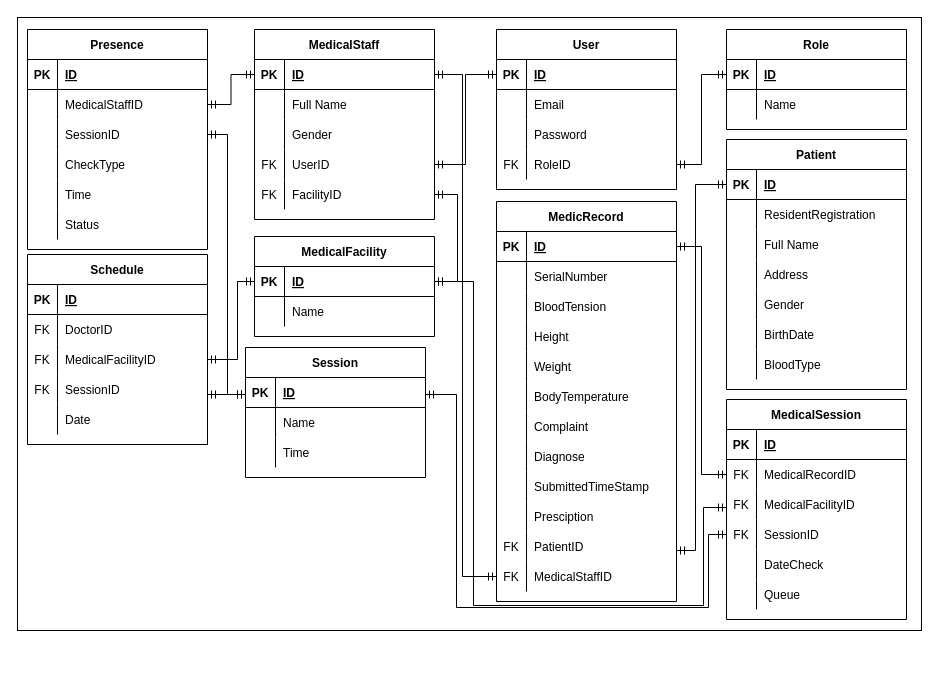
Before: docs/hospital-management-system.drawio in altacapstone36/go-server, a draw.io diagram. Source tidied: cells renumbered, new cells numbered last; positions are measured from the earlier drawing's top-left corner, leaving out a move shared by most shapes. Both pictures are drawn from the tidied source at 100%, with x=0, y=0 at pixel (17, 17).
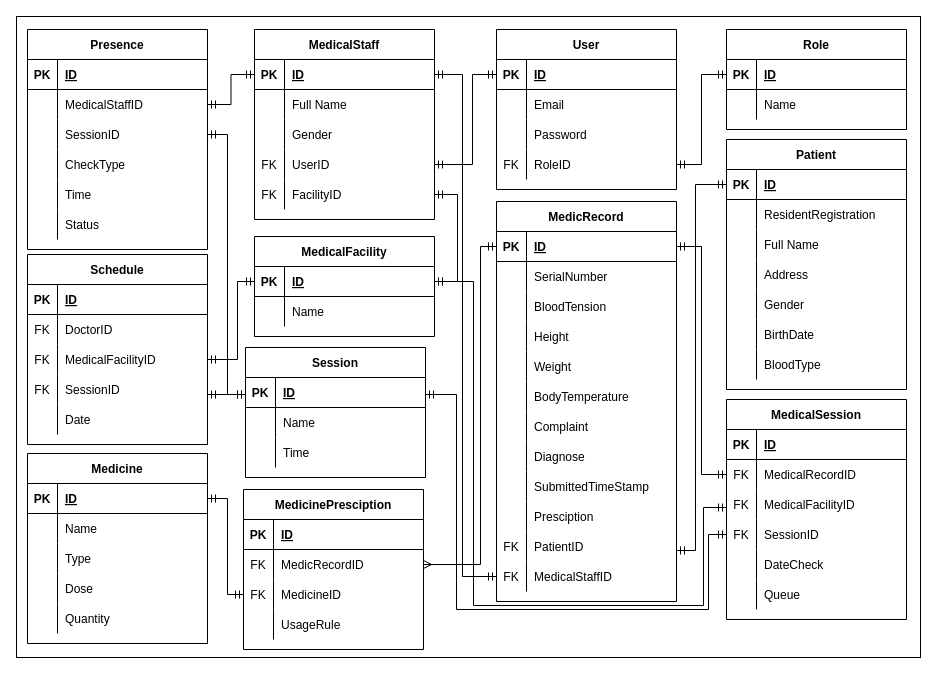
After the change.

Commit message (it also covers changes not shown here):
perbaikan pada ERD, menambahkan tabel medicine. close #3

Unchanged cells that the change refers to:
```xml
<mxCell id="4" style="shape=tableRow;horizontal=0;startSize=0;swimlaneHead=0;swimlaneBody=0;fillColor=none;points=[[0,0.5],[1,0.5]];portConstraint=eastwest;top=0;left=0;right=0;bottom=1;" parent="3" vertex="1">
  <mxGeometry y="30" width="180" height="30" as="geometry" />
</mxCell>
<mxCell id="56" style="shape=tableRow;horizontal=0;startSize=0;swimlaneHead=0;swimlaneBody=0;fillColor=none;points=[[0,0.5],[1,0.5]];portConstraint=eastwest;top=0;left=0;right=0;bottom=0;" parent="46" vertex="1">
  <mxGeometry y="120" width="180" height="30" as="geometry" />
</mxCell>
<mxCell id="63" style="shape=tableRow;horizontal=0;startSize=0;swimlaneHead=0;swimlaneBody=0;fillColor=none;points=[[0,0.5],[1,0.5]];portConstraint=eastwest;top=0;left=0;right=0;bottom=1;" parent="62" vertex="1">
  <mxGeometry y="30" width="180" height="30" as="geometry" />
</mxCell>
<mxCell id="118" style="shape=tableRow;horizontal=0;startSize=0;swimlaneHead=0;swimlaneBody=0;fillColor=none;points=[[0,0.5],[1,0.5]];portConstraint=eastwest;top=0;left=0;right=0;bottom=0;" parent="108" vertex="1">
  <mxGeometry y="120" width="180" height="30" as="geometry" />
</mxCell>
<mxCell id="145" style="shape=tableRow;horizontal=0;startSize=0;swimlaneHead=0;swimlaneBody=0;fillColor=none;points=[[0,0.5],[1,0.5]];portConstraint=eastwest;top=0;left=0;right=0;bottom=1;" parent="144" vertex="1">
  <mxGeometry y="30" width="180" height="30" as="geometry" />
</mxCell>
```

The edit, as a diff of the source:
```diff
@@
-    <mxCell id="2" style="rounded=0;whiteSpace=wrap;html=1;" parent="1" vertex="1">
-      <mxGeometry width="904" height="613" as="geometry" />
-    </mxCell>
+    <mxCell id="181" style="rounded=0;whiteSpace=wrap;html=1;strokeColor=default;" parent="1" vertex="1">
+      <mxGeometry x="-1" y="-1" width="904" height="641" as="geometry" />
+    </mxCell>
@@
     <mxCell id="99" style="edgeStyle=orthogonalEdgeStyle;rounded=0;jettySize=auto;html=1;startArrow=ERmandOne;startFill=0;endArrow=ERmandOne;endFill=0;" parent="1" edge="1" source="56" target="4">
-      <mxGeometry relative="1" as="geometry" />
+      <mxGeometry relative="1" as="geometry">
+        <Array as="points">
+          <mxPoint x="455" y="147" />
+          <mxPoint x="455" y="57" />
+        </Array>
+      </mxGeometry>
     </mxCell>
@@
     <mxCell id="177" style="edgeStyle=orthogonalEdgeStyle;rounded=0;jettySize=auto;html=1;startArrow=ERmandOne;startFill=0;endArrow=ERmandOne;endFill=0;" parent="1" edge="1" source="118" target="145">
       <mxGeometry relative="1" as="geometry">
         <Array as="points">
           <mxPoint x="691" y="517" />
-          <mxPoint x="691" y="590" />
-          <mxPoint x="439" y="590" />
+          <mxPoint x="691" y="592" />
+          <mxPoint x="439" y="592" />
           <mxPoint x="439" y="377" />
         </Array>
       </mxGeometry>
     </mxCell>
@@
+    <mxCell id="182" value="Medicine" style="shape=table;startSize=30;childLayout=tableLayout;rowLines=0;fontStyle=1;align=center;" parent="1" vertex="1">
+      <mxGeometry x="10" y="436" width="180" height="190" as="geometry" />
+    </mxCell>
+    <mxCell id="183" style="shape=tableRow;horizontal=0;startSize=0;swimlaneHead=0;swimlaneBody=0;fillColor=none;points=[[0,0.5],[1,0.5]];portConstraint=eastwest;top=0;left=0;right=0;bottom=1;" parent="182" vertex="1">
+      <mxGeometry y="30" width="180" height="30" as="geometry" />
+    </mxCell>
+    <mxCell id="184" value="PK" style="shape=partialRectangle;fillColor=none;top=0;left=0;bottom=0;right=0;fontStyle=1;overflow=hidden;" parent="183" vertex="1">
+      <mxGeometry width="30" height="30" as="geometry" />
+    </mxCell>
+    <mxCell id="185" value="ID" style="shape=partialRectangle;fillColor=none;top=0;left=0;bottom=0;right=0;align=left;spacingLeft=6;fontStyle=5;overflow=hidden;" parent="183" vertex="1">
+      <mxGeometry x="30" width="150" height="30" as="geometry" />
+    </mxCell>
+    <mxCell id="186" style="shape=tableRow;horizontal=0;startSize=0;swimlaneHead=0;swimlaneBody=0;fillColor=none;top=0;left=0;right=0;bottom=0;" parent="182" vertex="1">
+      <mxGeometry y="60" width="180" height="30" as="geometry" />
+    </mxCell>
+    <mxCell id="187" style="shape=partialRectangle;fillColor=none;top=0;left=0;bottom=0;right=0;overflow=hidden;" parent="186" vertex="1">
+      <mxGeometry width="30" height="30" as="geometry" />
+    </mxCell>
+    <mxCell id="188" value="Name" style="shape=partialRectangle;fillColor=none;top=0;left=0;bottom=0;right=0;align=left;spacingLeft=6;overflow=hidden;" parent="186" vertex="1">
+      <mxGeometry x="30" width="150" height="30" as="geometry" />
+    </mxCell>
+    <mxCell id="189" style="shape=tableRow;horizontal=0;startSize=0;swimlaneHead=0;swimlaneBody=0;fillColor=none;top=0;left=0;right=0;bottom=0;" parent="182" vertex="1">
+      <mxGeometry y="90" width="180" height="30" as="geometry" />
+    </mxCell>
+    <mxCell id="190" style="shape=partialRectangle;fillColor=none;top=0;left=0;bottom=0;right=0;overflow=hidden;" parent="189" vertex="1">
+      <mxGeometry width="30" height="30" as="geometry" />
+    </mxCell>
+    <mxCell id="191" value="Type" style="shape=partialRectangle;fillColor=none;top=0;left=0;bottom=0;right=0;align=left;spacingLeft=6;overflow=hidden;" parent="189" vertex="1">
+      <mxGeometry x="30" width="150" height="30" as="geometry" />
+    </mxCell>
+    <mxCell id="192" style="shape=tableRow;horizontal=0;startSize=0;swimlaneHead=0;swimlaneBody=0;fillColor=none;top=0;left=0;right=0;bottom=0;" parent="182" vertex="1">
+      <mxGeometry y="120" width="180" height="30" as="geometry" />
+    </mxCell>
+    <mxCell id="193" style="shape=partialRectangle;fillColor=none;top=0;left=0;bottom=0;right=0;overflow=hidden;" parent="192" vertex="1">
+      <mxGeometry width="30" height="30" as="geometry" />
+    </mxCell>
+    <mxCell id="194" value="Dose" style="shape=partialRectangle;fillColor=none;top=0;left=0;bottom=0;right=0;align=left;spacingLeft=6;overflow=hidden;" parent="192" vertex="1">
+      <mxGeometry x="30" width="150" height="30" as="geometry" />
+    </mxCell>
+    <mxCell id="195" style="shape=tableRow;horizontal=0;startSize=0;swimlaneHead=0;swimlaneBody=0;fillColor=none;top=0;left=0;right=0;bottom=0;" parent="182" vertex="1">
+      <mxGeometry y="150" width="180" height="30" as="geometry" />
+    </mxCell>
+    <mxCell id="196" style="shape=partialRectangle;fillColor=none;top=0;left=0;bottom=0;right=0;overflow=hidden;" parent="195" vertex="1">
+      <mxGeometry width="30" height="30" as="geometry" />
+    </mxCell>
+    <mxCell id="197" value="Quantity" style="shape=partialRectangle;fillColor=none;top=0;left=0;bottom=0;right=0;align=left;spacingLeft=6;overflow=hidden;" parent="195" vertex="1">
+      <mxGeometry x="30" width="150" height="30" as="geometry" />
+    </mxCell>
+    <mxCell id="198" value="MedicinePresciption" style="shape=table;startSize=30;childLayout=tableLayout;rowLines=0;fontStyle=1;align=center;" parent="1" vertex="1">
+      <mxGeometry x="226" y="472" width="180" height="160" as="geometry" />
+    </mxCell>
+    <mxCell id="199" style="shape=tableRow;horizontal=0;startSize=0;swimlaneHead=0;swimlaneBody=0;fillColor=none;top=0;left=0;right=0;bottom=1;" parent="198" vertex="1">
+      <mxGeometry y="30" width="180" height="30" as="geometry" />
+    </mxCell>
+    <mxCell id="200" value="PK" style="shape=partialRectangle;fillColor=none;top=0;left=0;bottom=0;right=0;fontStyle=1;overflow=hidden;" parent="199" vertex="1">
+      <mxGeometry width="30" height="30" as="geometry" />
+    </mxCell>
+    <mxCell id="201" value="ID" style="shape=partialRectangle;fillColor=none;top=0;left=0;bottom=0;right=0;align=left;spacingLeft=6;fontStyle=5;overflow=hidden;" parent="199" vertex="1">
+      <mxGeometry x="30" width="150" height="30" as="geometry" />
+    </mxCell>
+    <mxCell id="202" style="shape=tableRow;horizontal=0;startSize=0;swimlaneHead=0;swimlaneBody=0;fillColor=none;points=[[0,0.5],[1,0.5]];portConstraint=eastwest;top=0;left=0;right=0;bottom=0;" parent="198" vertex="1">
+      <mxGeometry y="60" width="180" height="30" as="geometry" />
+    </mxCell>
+    <mxCell id="203" value="FK" style="shape=partialRectangle;fillColor=none;top=0;left=0;bottom=0;right=0;overflow=hidden;" parent="202" vertex="1">
+      <mxGeometry width="30" height="30" as="geometry" />
+    </mxCell>
+    <mxCell id="204" value="MedicRecordID" style="shape=partialRectangle;fillColor=none;top=0;left=0;bottom=0;right=0;align=left;spacingLeft=6;overflow=hidden;" parent="202" vertex="1">
+      <mxGeometry x="30" width="150" height="30" as="geometry" />
+    </mxCell>
+    <mxCell id="205" style="shape=tableRow;horizontal=0;startSize=0;swimlaneHead=0;swimlaneBody=0;fillColor=none;points=[[0,0.5],[1,0.5]];portConstraint=eastwest;top=0;left=0;right=0;bottom=0;" parent="198" vertex="1">
+      <mxGeometry y="90" width="180" height="30" as="geometry" />
+    </mxCell>
+    <mxCell id="206" value="FK" style="shape=partialRectangle;fillColor=none;top=0;left=0;bottom=0;right=0;overflow=hidden;" parent="205" vertex="1">
+      <mxGeometry width="30" height="30" as="geometry" />
+    </mxCell>
+    <mxCell id="207" value="MedicineID" style="shape=partialRectangle;fillColor=none;top=0;left=0;bottom=0;right=0;align=left;spacingLeft=6;overflow=hidden;" parent="205" vertex="1">
+      <mxGeometry x="30" width="150" height="30" as="geometry" />
+    </mxCell>
+    <mxCell id="208" style="shape=tableRow;horizontal=0;startSize=0;swimlaneHead=0;swimlaneBody=0;fillColor=none;top=0;left=0;right=0;bottom=0;" parent="198" vertex="1">
+      <mxGeometry y="120" width="180" height="30" as="geometry" />
+    </mxCell>
+    <mxCell id="209" style="shape=partialRectangle;fillColor=none;top=0;left=0;bottom=0;right=0;overflow=hidden;" parent="208" vertex="1">
+      <mxGeometry width="30" height="30" as="geometry" />
+    </mxCell>
+    <mxCell id="210" value="UsageRule" style="shape=partialRectangle;fillColor=none;top=0;left=0;bottom=0;right=0;align=left;spacingLeft=6;overflow=hidden;" parent="208" vertex="1">
+      <mxGeometry x="30" width="150" height="30" as="geometry" />
+    </mxCell>
+    <mxCell id="211" style="edgeStyle=orthogonalEdgeStyle;rounded=0;jettySize=auto;html=1;endArrow=ERmandOne;endFill=0;startArrow=ERmandOne;startFill=0;" parent="1" edge="1" source="205" target="183">
+      <mxGeometry relative="1" as="geometry">
+        <Array as="points">
+          <mxPoint x="210" y="577" />
+          <mxPoint x="210" y="481" />
+        </Array>
+      </mxGeometry>
+    </mxCell>
+    <mxCell id="212" style="edgeStyle=orthogonalEdgeStyle;rounded=0;jettySize=auto;html=1;endArrow=ERmandOne;endFill=0;startArrow=ERmany;startFill=0;" parent="1" edge="1" source="202" target="63">
+      <mxGeometry relative="1" as="geometry">
+        <Array as="points">
+          <mxPoint x="463" y="547" />
+          <mxPoint x="463" y="229" />
+        </Array>
+      </mxGeometry>
+    </mxCell>
```
